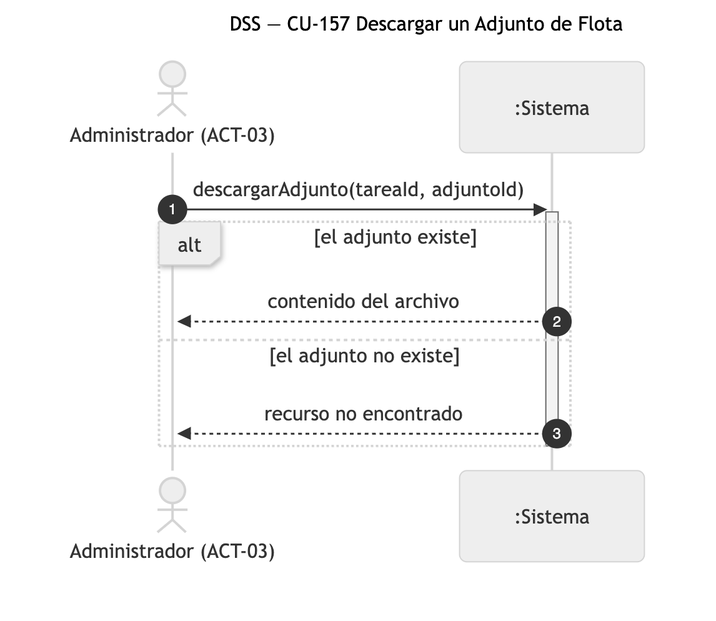
Earlier version of the Mermaid export diagramas/png/DSS_CU-157_Descargar-un-Adjunto-de-Flota.png (Nahuelito-Dev/splg-docs). Its source is kept beside it as diagramas/DSS_CU-157_Descargar-un-Adjunto-de-Flota.mmd. Source of this version:
```mermaid
sequenceDiagram
    title DSS — CU-157 Descargar un Adjunto de Flota
    autonumber
    actor ADM as Administrador (ACT-03)
    participant SIS as :Sistema

    ADM->>SIS: descargarAdjunto(tareaId, adjuntoId)
    activate SIS
    alt el adjunto existe
        SIS-->>ADM: contenido del archivo
    else el adjunto no existe
        SIS-->>ADM: recurso no encontrado
    end
    deactivate SIS
```
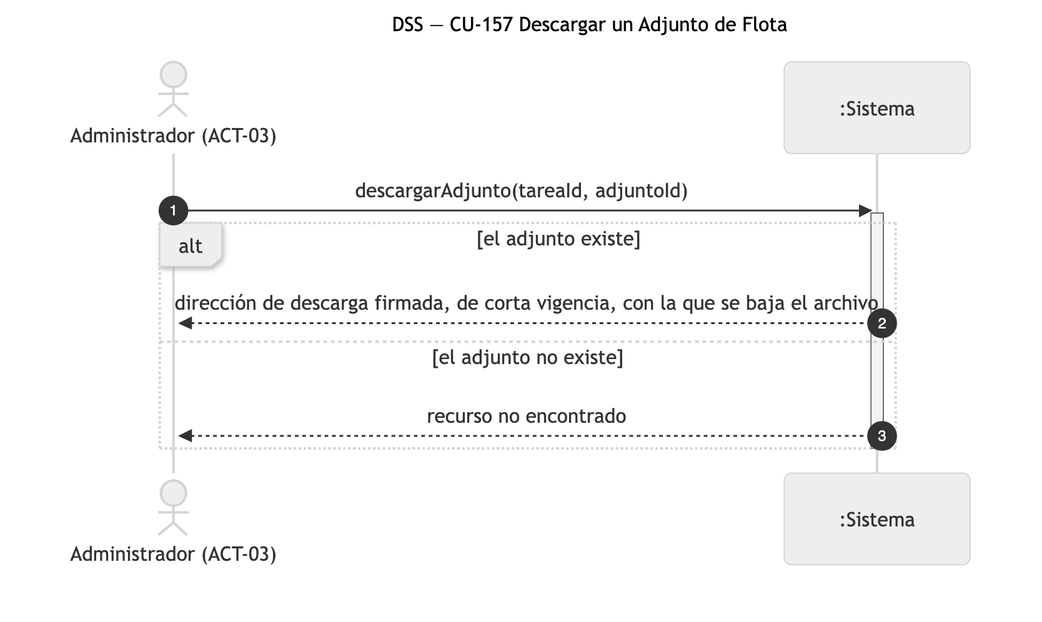
Above is the later version.

The edit, as a diff of the source:
```diff
@@ -7,7 +7,7 @@
     ADM->>SIS: descargarAdjunto(tareaId, adjuntoId)
     activate SIS
     alt el adjunto existe
-        SIS-->>ADM: contenido del archivo
+        SIS-->>ADM: dirección de descarga firmada, de corta vigencia, con la que se baja el archivo
     else el adjunto no existe
         SIS-->>ADM: recurso no encontrado
     end
```
